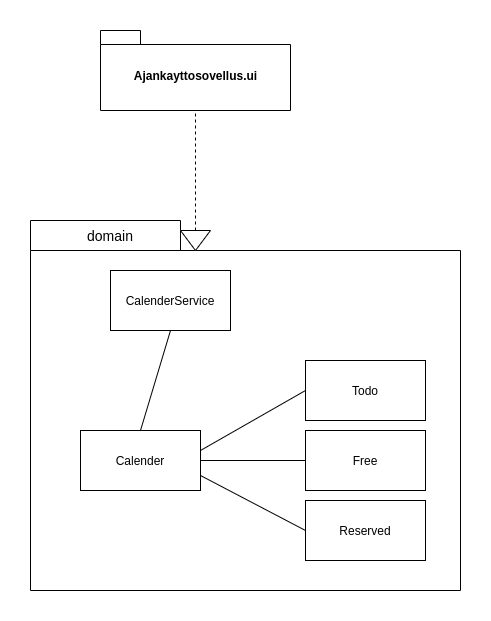
The draw.io diagram dokumentaatio/images/luokkakaavio.png in eevib/ot-harjoitustyo, before a commit. Source tidied: cells renumbered, new cells last; positions are measured from the earlier drawing's top-left corner, leaving out a move shared by most shapes. The source it was exported from:
```xml
<mxGraphModel>
  <root>
    <mxCell id="0" />
    <mxCell id="1" parent="0" />
    <mxCell id="2" value="Ajankayttosovellus.ui" style="shape=folder;fontStyle=1;spacingTop=10;tabWidth=40;tabHeight=14;tabPosition=left;html=1;" parent="1" vertex="1">
      <mxGeometry x="70" width="190" height="80" as="geometry" />
    </mxCell>
    <mxCell id="3" style="shape=folder;fontStyle=1;spacingTop=10;tabWidth=150;tabHeight=30;tabPosition=left;html=1;" parent="1" vertex="1">
      <mxGeometry y="190" width="430" height="370" as="geometry" />
    </mxCell>
    <mxCell id="4" style="endArrow=none;dashed=1;html=1;entryX=0.5;entryY=1;entryDx=0;entryDy=0;entryPerimeter=0;" parent="1" edge="1" source="5" target="2">
      <mxGeometry relative="1" as="geometry" />
    </mxCell>
    <mxCell id="5" style="triangle;whiteSpace=wrap;html=1;direction=south;" parent="1" vertex="1">
      <mxGeometry x="150" y="200" width="30" height="20" as="geometry" />
    </mxCell>
    <mxCell id="6" value="&lt;font style=&quot;font-size: 14px&quot;&gt;domain&lt;/font&gt;" style="text;html=1;strokeColor=none;fillColor=none;align=center;verticalAlign=middle;whiteSpace=wrap;rounded=0;" parent="1" vertex="1">
      <mxGeometry x="40" y="190" width="80" height="30" as="geometry" />
    </mxCell>
    <mxCell id="7" value="CalenderService" style="rounded=0;whiteSpace=wrap;html=1;" parent="1" vertex="1">
      <mxGeometry x="80" y="240" width="120" height="60" as="geometry" />
    </mxCell>
    <mxCell id="8" value="Calender" style="rounded=0;whiteSpace=wrap;html=1;" parent="1" vertex="1">
      <mxGeometry x="50" y="400" width="120" height="60" as="geometry" />
    </mxCell>
    <mxCell id="9" value="Todo" style="rounded=0;whiteSpace=wrap;html=1;" parent="1" vertex="1">
      <mxGeometry x="275" y="330" width="120" height="60" as="geometry" />
    </mxCell>
    <mxCell id="10" value="Free" style="rounded=0;whiteSpace=wrap;html=1;" parent="1" vertex="1">
      <mxGeometry x="275" y="400" width="120" height="60" as="geometry" />
    </mxCell>
    <mxCell id="11" value="Reserved" style="rounded=0;whiteSpace=wrap;html=1;" parent="1" vertex="1">
      <mxGeometry x="275" y="470" width="120" height="60" as="geometry" />
    </mxCell>
    <mxCell id="12" style="endArrow=none;html=1;entryX=0.5;entryY=1;entryDx=0;entryDy=0;exitX=0.5;exitY=0;exitDx=0;exitDy=0;" parent="1" edge="1" source="8" target="7">
      <mxGeometry relative="1" as="geometry" />
    </mxCell>
    <mxCell id="13" style="endArrow=none;html=1;entryX=0;entryY=0.5;entryDx=0;entryDy=0;" parent="1" edge="1" target="9">
      <mxGeometry relative="1" as="geometry">
        <mxPoint x="170" y="420" as="sourcePoint" />
      </mxGeometry>
    </mxCell>
    <mxCell id="14" style="endArrow=none;html=1;entryX=0;entryY=0.5;entryDx=0;entryDy=0;exitX=1;exitY=0.5;exitDx=0;exitDy=0;" parent="1" edge="1" source="8" target="10">
      <mxGeometry relative="1" as="geometry" />
    </mxCell>
    <mxCell id="15" style="endArrow=none;html=1;entryX=0;entryY=0.5;entryDx=0;entryDy=0;exitX=1;exitY=0.75;exitDx=0;exitDy=0;" parent="1" edge="1" source="8" target="11">
      <mxGeometry relative="1" as="geometry" />
    </mxCell>
  </root>
</mxGraphModel>
```
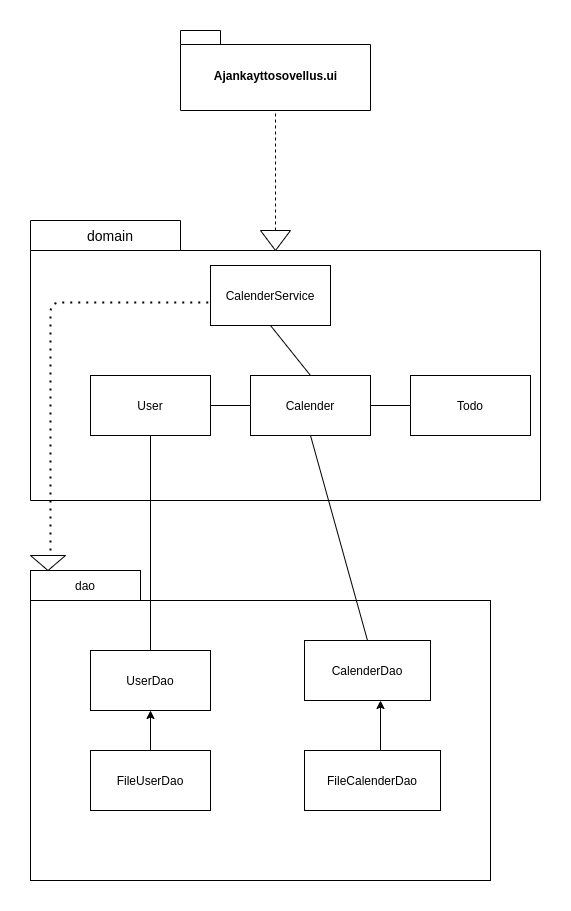
The same diagram one commit later.

Commit message:
uusi luokkakaavio

What changed in the source:
```diff
@@ -2,49 +2,85 @@
   <root>
     <mxCell id="0" />
     <mxCell id="1" parent="0" />
-    <mxCell id="2" value="Ajankayttosovellus.ui" style="shape=folder;fontStyle=1;spacingTop=10;tabWidth=40;tabHeight=14;tabPosition=left;html=1;" parent="1" vertex="1">
-      <mxGeometry x="70" width="190" height="80" as="geometry" />
+    <mxCell id="2" style="rounded=0;whiteSpace=wrap;html=1;" parent="1" vertex="1">
+      <mxGeometry x="-80" y="570" width="460" height="280" as="geometry" />
     </mxCell>
-    <mxCell id="3" style="shape=folder;fontStyle=1;spacingTop=10;tabWidth=150;tabHeight=30;tabPosition=left;html=1;" parent="1" vertex="1">
-      <mxGeometry y="190" width="430" height="370" as="geometry" />
+    <mxCell id="3" value="Ajankayttosovellus.ui" style="shape=folder;fontStyle=1;spacingTop=10;tabWidth=40;tabHeight=14;tabPosition=left;html=1;" parent="1" vertex="1">
+      <mxGeometry x="70" width="190" height="80" as="geometry" />
     </mxCell>
-    <mxCell id="4" style="endArrow=none;dashed=1;html=1;entryX=0.5;entryY=1;entryDx=0;entryDy=0;entryPerimeter=0;" parent="1" edge="1" source="5" target="2">
-      <mxGeometry relative="1" as="geometry" />
+    <mxCell id="4" style="shape=folder;fontStyle=1;spacingTop=10;tabWidth=150;tabHeight=30;tabPosition=left;html=1;" parent="1" vertex="1">
+      <mxGeometry x="-80" y="190" width="510" height="280" as="geometry" />
     </mxCell>
-    <mxCell id="5" style="triangle;whiteSpace=wrap;html=1;direction=south;" parent="1" vertex="1">
-      <mxGeometry x="150" y="200" width="30" height="20" as="geometry" />
+    <mxCell id="5" style="endArrow=none;dashed=1;html=1;entryX=0.5;entryY=1;entryDx=0;entryDy=0;entryPerimeter=0;" parent="1" edge="1" source="6" target="3">
+      <mxGeometry relative="1" as="geometry" />
     </mxCell>
-    <mxCell id="6" value="&lt;font style=&quot;font-size: 14px&quot;&gt;domain&lt;/font&gt;" style="text;html=1;strokeColor=none;fillColor=none;align=center;verticalAlign=middle;whiteSpace=wrap;rounded=0;" parent="1" vertex="1">
-      <mxGeometry x="40" y="190" width="80" height="30" as="geometry" />
+    <mxCell id="6" style="triangle;whiteSpace=wrap;html=1;direction=south;" parent="1" vertex="1">
+      <mxGeometry x="150" y="200" width="30" height="20" as="geometry" />
     </mxCell>
-    <mxCell id="7" value="CalenderService" style="rounded=0;whiteSpace=wrap;html=1;" parent="1" vertex="1">
-      <mxGeometry x="80" y="240" width="120" height="60" as="geometry" />
+    <mxCell id="7" value="&lt;font style=&quot;font-size: 14px&quot;&gt;domain&lt;/font&gt;" style="text;html=1;strokeColor=none;fillColor=none;align=center;verticalAlign=middle;whiteSpace=wrap;rounded=0;" parent="1" vertex="1">
+      <mxGeometry x="-40" y="190" width="80" height="30" as="geometry" />
     </mxCell>
-    <mxCell id="8" value="Calender" style="rounded=0;whiteSpace=wrap;html=1;" parent="1" vertex="1">
-      <mxGeometry x="50" y="400" width="120" height="60" as="geometry" />
+    <mxCell id="8" value="CalenderService" style="rounded=0;whiteSpace=wrap;html=1;" parent="1" vertex="1">
+      <mxGeometry x="100" y="235" width="120" height="60" as="geometry" />
     </mxCell>
-    <mxCell id="9" value="Todo" style="rounded=0;whiteSpace=wrap;html=1;" parent="1" vertex="1">
-      <mxGeometry x="275" y="330" width="120" height="60" as="geometry" />
+    <mxCell id="9" value="Calender" style="rounded=0;whiteSpace=wrap;html=1;" parent="1" vertex="1">
+      <mxGeometry x="140" y="345" width="120" height="60" as="geometry" />
     </mxCell>
-    <mxCell id="10" value="Free" style="rounded=0;whiteSpace=wrap;html=1;" parent="1" vertex="1">
-      <mxGeometry x="275" y="400" width="120" height="60" as="geometry" />
+    <mxCell id="10" value="Todo" style="rounded=0;whiteSpace=wrap;html=1;" parent="1" vertex="1">
+      <mxGeometry x="300" y="345" width="120" height="60" as="geometry" />
     </mxCell>
-    <mxCell id="11" value="Reserved" style="rounded=0;whiteSpace=wrap;html=1;" parent="1" vertex="1">
-      <mxGeometry x="275" y="470" width="120" height="60" as="geometry" />
+    <mxCell id="11" style="endArrow=none;html=1;entryX=0.5;entryY=1;entryDx=0;entryDy=0;exitX=0.5;exitY=0;exitDx=0;exitDy=0;" parent="1" edge="1" source="9" target="8">
+      <mxGeometry relative="1" as="geometry" />
     </mxCell>
-    <mxCell id="12" style="endArrow=none;html=1;entryX=0.5;entryY=1;entryDx=0;entryDy=0;exitX=0.5;exitY=0;exitDx=0;exitDy=0;" parent="1" edge="1" source="8" target="7">
+    <mxCell id="12" style="endArrow=none;html=1;entryX=0;entryY=0.5;entryDx=0;entryDy=0;exitX=1;exitY=0.5;exitDx=0;exitDy=0;" parent="1" edge="1" source="9" target="10">
       <mxGeometry relative="1" as="geometry" />
     </mxCell>
-    <mxCell id="13" style="endArrow=none;html=1;entryX=0;entryY=0.5;entryDx=0;entryDy=0;" parent="1" edge="1" target="9">
-      <mxGeometry relative="1" as="geometry">
-        <mxPoint x="170" y="420" as="sourcePoint" />
-      </mxGeometry>
+    <mxCell id="13" value="dao" style="rounded=0;whiteSpace=wrap;html=1;" parent="1" vertex="1">
+      <mxGeometry x="-80" y="540" width="110" height="30" as="geometry" />
     </mxCell>
-    <mxCell id="14" style="endArrow=none;html=1;entryX=0;entryY=0.5;entryDx=0;entryDy=0;exitX=1;exitY=0.5;exitDx=0;exitDy=0;" parent="1" edge="1" source="8" target="10">
-      <mxGeometry relative="1" as="geometry" />
+    <mxCell id="14" value="FileUserDao" style="rounded=0;whiteSpace=wrap;html=1;" parent="1" vertex="1">
+      <mxGeometry x="-20" y="720" width="120" height="60" as="geometry" />
     </mxCell>
-    <mxCell id="15" style="endArrow=none;html=1;entryX=0;entryY=0.5;entryDx=0;entryDy=0;exitX=1;exitY=0.75;exitDx=0;exitDy=0;" parent="1" edge="1" source="8" target="11">
-      <mxGeometry relative="1" as="geometry" />
+    <mxCell id="15" value="FileCalenderDao" style="rounded=0;whiteSpace=wrap;html=1;" parent="1" vertex="1">
+      <mxGeometry x="194" y="720" width="136" height="60" as="geometry" />
     </mxCell>
+    <mxCell id="16" value="User" style="rounded=0;whiteSpace=wrap;html=1;" parent="1" vertex="1">
+      <mxGeometry x="-20" y="345" width="120" height="60" as="geometry" />
+    </mxCell>
+    <mxCell id="17" style="endArrow=none;html=1;exitX=1;exitY=0.5;exitDx=0;exitDy=0;entryX=0;entryY=0.5;entryDx=0;entryDy=0;" parent="1" edge="1" source="16" target="9">
+      <mxGeometry relative="1" as="geometry" />
+    </mxCell>
+    <mxCell id="18" value="UserDao" style="rounded=0;whiteSpace=wrap;html=1;" parent="1" vertex="1">
+      <mxGeometry x="-20" y="620" width="120" height="60" as="geometry" />
+    </mxCell>
+    <mxCell id="19" value="CalenderDao" style="rounded=0;whiteSpace=wrap;html=1;" parent="1" vertex="1">
+      <mxGeometry x="194" y="610" width="126" height="60" as="geometry" />
+    </mxCell>
+    <mxCell id="20" style="endArrow=none;dashed=1;html=1;dashPattern=1 3;strokeWidth=2;entryX=0.017;entryY=0.617;entryDx=0;entryDy=0;entryPerimeter=0;" parent="1" edge="1" target="8">
+      <mxGeometry relative="1" as="geometry">
+        <mxPoint x="-60" y="528" as="sourcePoint" />
+        <Array as="points">
+          <mxPoint x="-60" y="272" />
+        </Array>
+      </mxGeometry>
+    </mxCell>
+    <mxCell id="21" style="triangle;whiteSpace=wrap;html=1;direction=south;" parent="1" vertex="1">
+      <mxGeometry x="-80" y="525" width="35" height="15" as="geometry" />
+    </mxCell>
+    <mxCell id="22" style="endArrow=classic;html=1;entryX=0.5;entryY=1;entryDx=0;entryDy=0;exitX=0.5;exitY=0;exitDx=0;exitDy=0;" parent="1" edge="1" source="14" target="18">
+      <mxGeometry relative="1" as="geometry" />
+    </mxCell>
+    <mxCell id="23" style="endArrow=classic;html=1;entryX=0.5;entryY=1;entryDx=0;entryDy=0;exitX=0.5;exitY=0;exitDx=0;exitDy=0;" parent="1" edge="1">
+      <mxGeometry relative="1" as="geometry">
+        <mxPoint x="270" y="720" as="sourcePoint" />
+        <mxPoint x="270" y="670" as="targetPoint" />
+      </mxGeometry>
+    </mxCell>
+    <mxCell id="24" style="endArrow=none;html=1;entryX=0.5;entryY=1;entryDx=0;entryDy=0;exitX=0.5;exitY=0;exitDx=0;exitDy=0;" parent="1" edge="1" source="19" target="9">
+      <mxGeometry relative="1" as="geometry" />
+    </mxCell>
+    <mxCell id="25" style="endArrow=none;html=1;exitX=0.5;exitY=0;exitDx=0;exitDy=0;entryX=0.5;entryY=1;entryDx=0;entryDy=0;" parent="1" edge="1" source="18" target="16">
+      <mxGeometry relative="1" as="geometry" />
+    </mxCell>
   </root>
 </mxGraphModel>
```
